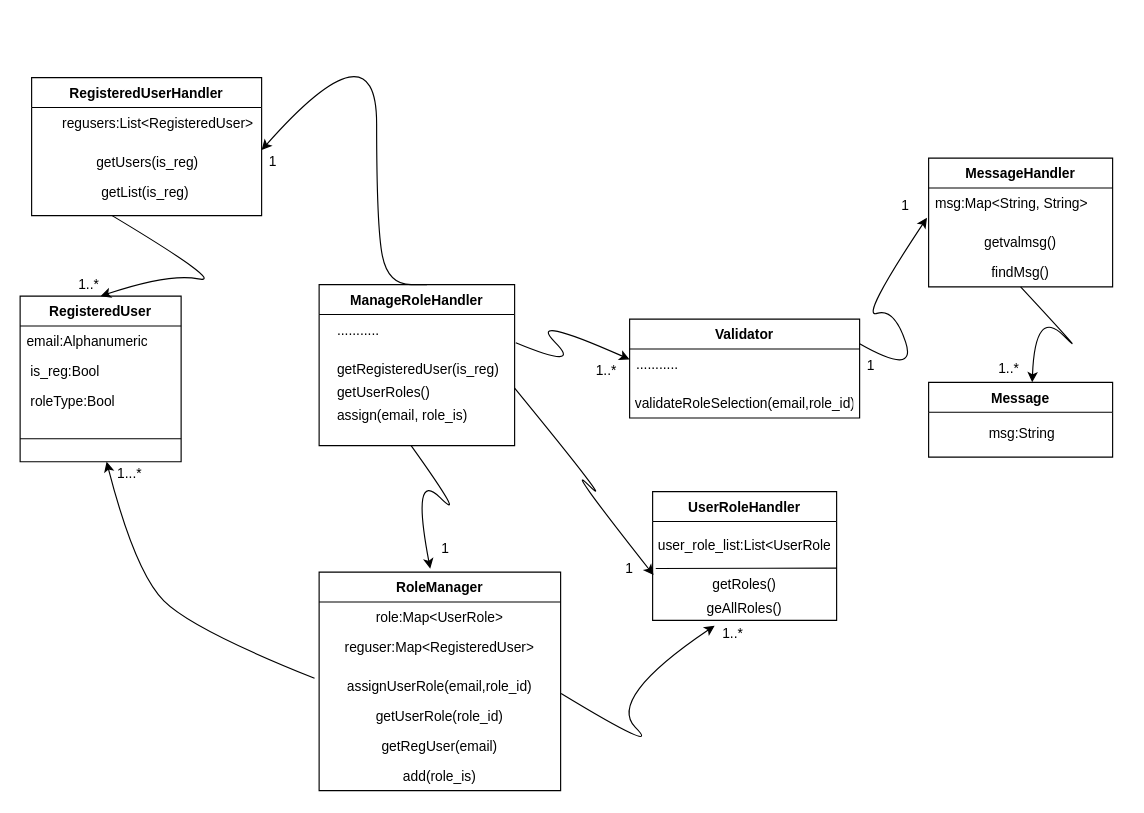
This is page "Page-4" (4 of 4) of operation_diagram_1.drawio from jonamadk/DrawIO, a draw.io file, before an edit. Source tidied: cells renumbered, new cells numbered last; positions are measured from the earlier drawing's top-left corner, leaving out a move shared by most shapes. Both pictures are drawn from the tidied source at 115%, with x=0, y=0 at pixel (20, 20).
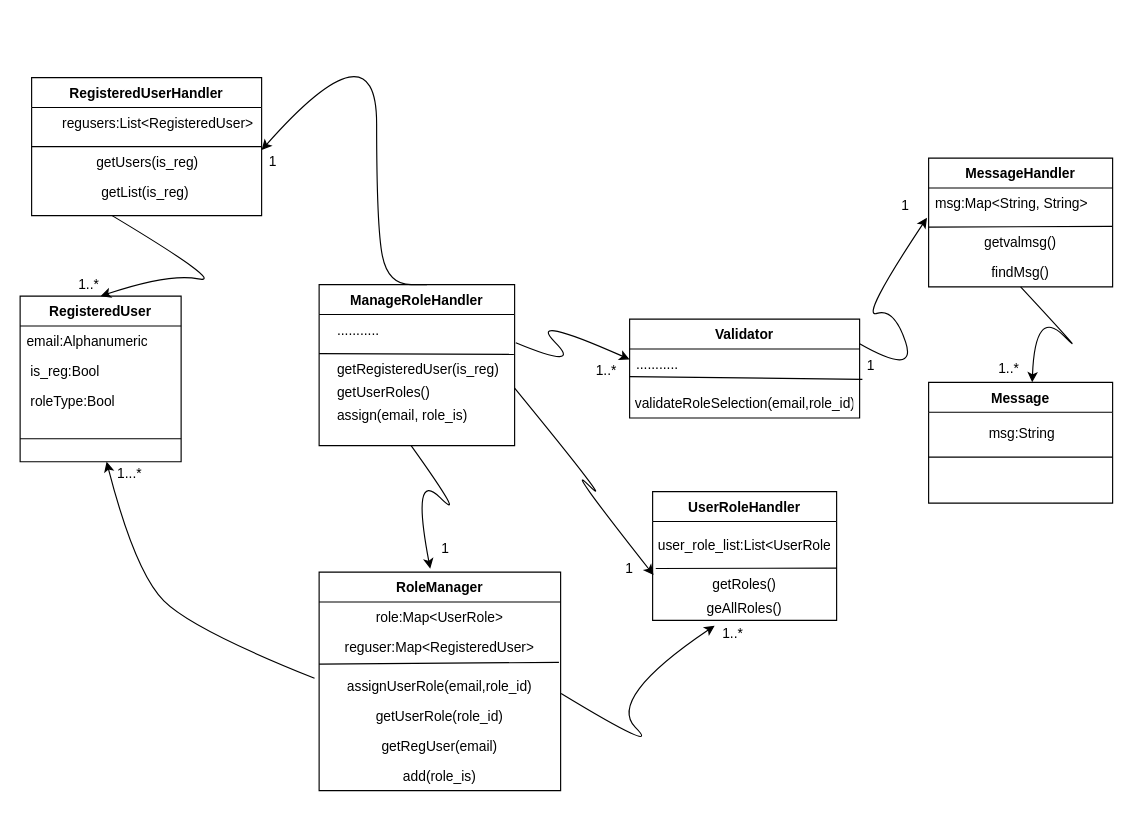
Above is the later version.

Unchanged cells that the change refers to:
```xml
<mxCell id="3" value="Validator" style="swimlane;fontStyle=1;align=center;verticalAlign=top;horizontal=1;startSize=26;whiteSpace=wrap;html=1;" parent="2" vertex="1">
  <mxGeometry x="530" y="260" width="200" height="86" as="geometry" />
</mxCell>
<mxCell id="4" value="MessageHandler" style="swimlane;fontStyle=1;align=center;verticalAlign=top;horizontal=1;startSize=26;whiteSpace=wrap;html=1;" parent="2" vertex="1">
  <mxGeometry x="790" y="120" width="160" height="112" as="geometry" />
</mxCell>
<mxCell id="6" value="ManageRoleHandler" style="swimlane;fontStyle=1;align=center;verticalAlign=top;horizontal=1;startSize=26;whiteSpace=wrap;html=1;" parent="2" vertex="1">
  <mxGeometry x="260" y="230" width="170" height="140" as="geometry" />
</mxCell>
<mxCell id="10" value="RegisteredUserHandler" style="swimlane;fontStyle=1;align=center;verticalAlign=top;horizontal=1;startSize=26;whiteSpace=wrap;html=1;" parent="2" vertex="1">
  <mxGeometry x="10" y="50" width="200" height="120" as="geometry" />
</mxCell>
<mxCell id="15" value="..........." style="text;strokeColor=none;fillColor=none;align=left;verticalAlign=top;spacingLeft=4;spacingRight=4;overflow=hidden;points=[[0,0.5],[1,0.5]];portConstraint=eastwest;whiteSpace=wrap;html=1;" parent="2" vertex="1">
  <mxGeometry x="530" y="286" width="200" height="26" as="geometry" />
</mxCell>
<mxCell id="20" value="getvalmsg()&lt;div&gt;&lt;br&gt;&lt;/div&gt;" style="text;strokeColor=none;fillColor=none;align=center;verticalAlign=top;spacingLeft=4;spacingRight=4;overflow=hidden;points=[[0,0.5],[1,0.5]];portConstraint=eastwest;whiteSpace=wrap;html=1;" parent="2" vertex="1">
  <mxGeometry x="790" y="180" width="160" height="26" as="geometry" />
</mxCell>
<mxCell id="23" value="reguser:Map&amp;lt;RegisteredUser&amp;gt;&lt;div&gt;&lt;br&gt;&lt;/div&gt;" style="text;strokeColor=none;fillColor=none;align=center;verticalAlign=top;spacingLeft=4;spacingRight=4;overflow=hidden;points=[[0,0.5],[1,0.5]];portConstraint=eastwest;whiteSpace=wrap;html=1;" parent="2" vertex="1">
  <mxGeometry x="260" y="532" width="210" height="26" as="geometry" />
</mxCell>
<mxCell id="31" value="getRegisteredUser(is_reg)" style="text;strokeColor=none;fillColor=none;align=left;verticalAlign=top;spacingLeft=4;spacingRight=4;overflow=hidden;points=[[0,0.5],[1,0.5]];portConstraint=eastwest;whiteSpace=wrap;html=1;" parent="2" vertex="1">
  <mxGeometry x="270" y="290" width="160" height="30" as="geometry" />
</mxCell>
```

Change to the diagram source:
```diff
@@
     <mxCell id="2" style="group;" parent="1" vertex="1">
-      <mxGeometry width="950" height="670" as="geometry" />
+      <mxGeometry width="960" height="670" as="geometry" />
     </mxCell>
@@
+    <mxCell id="65" style="endArrow=none;html=1;rounded=0;entryX=1.012;entryY=1.014;entryDx=0;entryDy=0;entryPerimeter=0;" parent="3" edge="1" target="15">
+      <mxGeometry relative="1" as="geometry">
+        <mxPoint y="50" as="sourcePoint" />
+      </mxGeometry>
+    </mxCell>
@@
+    <mxCell id="66" style="endArrow=none;html=1;rounded=0;entryX=0.997;entryY=-0.026;entryDx=0;entryDy=0;entryPerimeter=0;" parent="4" edge="1" target="20">
+      <mxGeometry relative="1" as="geometry">
+        <mxPoint y="60" as="sourcePoint" />
+      </mxGeometry>
+    </mxCell>
@@
+    <mxCell id="67" style="endArrow=none;html=1;rounded=0;entryX=0.996;entryY=0.021;entryDx=0;entryDy=0;entryPerimeter=0;" parent="6" edge="1" target="31">
+      <mxGeometry relative="1" as="geometry">
+        <mxPoint y="60" as="sourcePoint" />
+      </mxGeometry>
+    </mxCell>
@@
+    <mxCell id="68" style="endArrow=none;html=1;rounded=0;entryX=1;entryY=0.5;entryDx=0;entryDy=0;" parent="10" edge="1" target="10">
+      <mxGeometry relative="1" as="geometry">
+        <mxPoint y="60" as="sourcePoint" />
+      </mxGeometry>
+    </mxCell>
@@
     <mxCell id="59" value="Message" style="swimlane;fontStyle=1;align=center;verticalAlign=top;horizontal=1;startSize=26;whiteSpace=wrap;html=1;" parent="2" vertex="1">
-      <mxGeometry x="790" y="315" width="160" height="65" as="geometry" />
+      <mxGeometry x="790" y="315" width="160" height="105" as="geometry" />
     </mxCell>
+    <mxCell id="69" style="endArrow=none;html=1;rounded=0;" parent="59" edge="1">
+      <mxGeometry relative="1" as="geometry">
+        <mxPoint y="65" as="sourcePoint" />
+        <mxPoint x="160" y="65" as="targetPoint" />
+      </mxGeometry>
+    </mxCell>
@@
+    <mxCell id="70" style="endArrow=none;html=1;rounded=0;entryX=0.993;entryY=1.017;entryDx=0;entryDy=0;entryPerimeter=0;" parent="2" edge="1" target="23">
+      <mxGeometry relative="1" as="geometry">
+        <mxPoint x="260" y="560" as="sourcePoint" />
+      </mxGeometry>
+    </mxCell>
```
